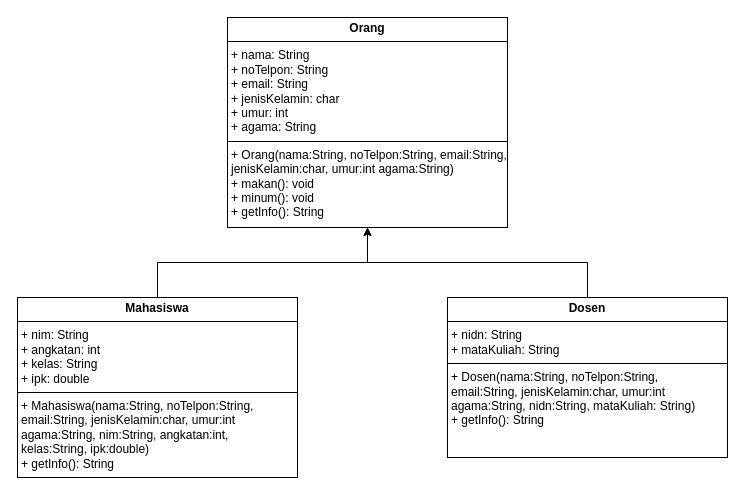
Above: Hierarchical Class PBO - Hilman Zahrawa.drawio in roqueforti/PBO (draw.io), before the change. Source tidied: cells renumbered, new cells numbered last; positions are measured from the earlier drawing's top-left corner, leaving out a move shared by most shapes. Both pictures are drawn from the tidied source at 100%, with x=0, y=0 at pixel (17, 17).
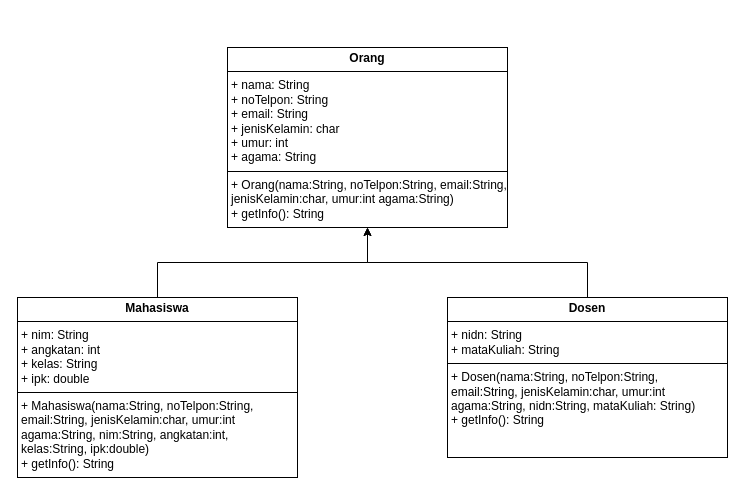
The same diagram, later.

Change to the diagram source:
```diff
@@
 <mxGraphModel>
   <root>
     <mxCell id="0" />
     <mxCell id="1" parent="0" />
-    <mxCell id="2" value="&lt;p style=&quot;margin:0px;margin-top:4px;text-align:center;&quot;&gt;&lt;b&gt;Orang&lt;/b&gt;&lt;/p&gt;&lt;hr style=&quot;border-style:solid;&quot; size=&quot;1&quot;&gt;&lt;p style=&quot;margin:0px;margin-left:4px;&quot;&gt;+ nama: String&lt;br&gt;&lt;/p&gt;&lt;p style=&quot;margin:0px;margin-left:4px;&quot;&gt;+ noTelpon: String&lt;/p&gt;&lt;p style=&quot;margin:0px;margin-left:4px;&quot;&gt;+ email: String&lt;/p&gt;&lt;p style=&quot;margin:0px;margin-left:4px;&quot;&gt;+ jenisKelamin: char&lt;/p&gt;&lt;p style=&quot;margin:0px;margin-left:4px;&quot;&gt;+ umur: int&lt;/p&gt;&lt;p style=&quot;margin:0px;margin-left:4px;&quot;&gt;+ agama: String&lt;/p&gt;&lt;hr style=&quot;border-style:solid;&quot; size=&quot;1&quot;&gt;&lt;p style=&quot;margin:0px;margin-left:4px;&quot;&gt;+ Orang(nama:String, noTelpon:String, email:String, jenisKelamin:char, umur:int agama:String)&lt;/p&gt;&lt;p style=&quot;margin:0px;margin-left:4px;&quot;&gt;+ makan(): void&lt;/p&gt;&lt;p style=&quot;margin:0px;margin-left:4px;&quot;&gt;+ minum(): void&lt;/p&gt;&lt;p style=&quot;margin:0px;margin-left:4px;&quot;&gt;+ getInfo(): String&lt;/p&gt;" style="verticalAlign=top;align=left;overflow=fill;html=1;whiteSpace=wrap;" parent="1" vertex="1">
-      <mxGeometry x="210" width="280" height="210" as="geometry" />
+    <mxCell id="2" value="&lt;p style=&quot;margin:0px;margin-top:4px;text-align:center;&quot;&gt;&lt;b&gt;Orang&lt;/b&gt;&lt;/p&gt;&lt;hr style=&quot;border-style:solid;&quot; size=&quot;1&quot;&gt;&lt;p style=&quot;margin:0px;margin-left:4px;&quot;&gt;+ nama: String&lt;br&gt;&lt;/p&gt;&lt;p style=&quot;margin:0px;margin-left:4px;&quot;&gt;+ noTelpon: String&lt;/p&gt;&lt;p style=&quot;margin:0px;margin-left:4px;&quot;&gt;+ email: String&lt;/p&gt;&lt;p style=&quot;margin:0px;margin-left:4px;&quot;&gt;+ jenisKelamin: char&lt;/p&gt;&lt;p style=&quot;margin:0px;margin-left:4px;&quot;&gt;+ umur: int&lt;/p&gt;&lt;p style=&quot;margin:0px;margin-left:4px;&quot;&gt;+ agama: String&lt;/p&gt;&lt;hr style=&quot;border-style:solid;&quot; size=&quot;1&quot;&gt;&lt;p style=&quot;margin:0px;margin-left:4px;&quot;&gt;+ Orang(nama:String, noTelpon:String, email:String, jenisKelamin:char, umur:int agama:String)&lt;/p&gt;&lt;p style=&quot;margin:0px;margin-left:4px;&quot;&gt;&lt;span style=&quot;background-color: initial;&quot;&gt;+ getInfo(): String&lt;/span&gt;&lt;br&gt;&lt;/p&gt;" style="verticalAlign=top;align=left;overflow=fill;html=1;whiteSpace=wrap;" parent="1" vertex="1">
+      <mxGeometry x="210" y="30" width="280" height="180" as="geometry" />
     </mxCell>
     <mxCell id="3" style="edgeStyle=orthogonalEdgeStyle;rounded=0;jettySize=auto;html=1;entryX=0.5;entryY=1;entryDx=0;entryDy=0;" parent="1" edge="1" source="4" target="2">
       <mxGeometry relative="1" as="geometry" />
     </mxCell>
     <mxCell id="4" value="&lt;p style=&quot;margin:0px;margin-top:4px;text-align:center;&quot;&gt;&lt;b&gt;Mahasiswa&lt;/b&gt;&lt;/p&gt;&lt;hr style=&quot;border-style:solid;&quot; size=&quot;1&quot;&gt;&lt;p style=&quot;margin:0px;margin-left:4px;&quot;&gt;+ nim: String&lt;/p&gt;&lt;p style=&quot;margin:0px;margin-left:4px;&quot;&gt;+ angkatan: int&lt;/p&gt;&lt;p style=&quot;margin:0px;margin-left:4px;&quot;&gt;+ kelas: String&lt;/p&gt;&lt;p style=&quot;margin:0px;margin-left:4px;&quot;&gt;+ ipk: double&lt;/p&gt;&lt;hr style=&quot;border-style:solid;&quot; size=&quot;1&quot;&gt;&lt;p style=&quot;margin:0px;margin-left:4px;&quot;&gt;+ Mahasiswa(nama:String, noTelpon:String, email:String, jenisKelamin:char, umur:int agama:String, nim:String, angkatan:int, kelas:String, ipk:double)&lt;span style=&quot;background-color: initial;&quot;&gt;&lt;br&gt;&lt;/span&gt;&lt;/p&gt;&lt;p style=&quot;margin:0px;margin-left:4px;&quot;&gt;&lt;span style=&quot;background-color: initial;&quot;&gt;+ getInfo(): String&lt;/span&gt;&lt;br&gt;&lt;/p&gt;" style="verticalAlign=top;align=left;overflow=fill;html=1;whiteSpace=wrap;" parent="1" vertex="1">
       <mxGeometry y="280" width="280" height="180" as="geometry" />
     </mxCell>
     <mxCell id="5" style="edgeStyle=orthogonalEdgeStyle;rounded=0;jettySize=auto;html=1;entryX=0.5;entryY=1;entryDx=0;entryDy=0;" parent="1" edge="1" source="6" target="2">
       <mxGeometry relative="1" as="geometry" />
     </mxCell>
     <mxCell id="6" value="&lt;p style=&quot;margin:0px;margin-top:4px;text-align:center;&quot;&gt;&lt;b&gt;Dosen&lt;/b&gt;&lt;/p&gt;&lt;hr style=&quot;border-style:solid;&quot; size=&quot;1&quot;&gt;&lt;p style=&quot;margin:0px;margin-left:4px;&quot;&gt;+ nidn: String&lt;/p&gt;&lt;p style=&quot;margin:0px;margin-left:4px;&quot;&gt;+ mataKuliah: String&lt;/p&gt;&lt;hr style=&quot;border-style:solid;&quot; size=&quot;1&quot;&gt;&lt;p style=&quot;margin:0px;margin-left:4px;&quot;&gt;&lt;span style=&quot;background-color: initial;&quot;&gt;+ Dosen&lt;/span&gt;&lt;span style=&quot;background-color: initial;&quot;&gt;(nama:String, noTelpon:String, email:String, jenisKelamin:char, umur:int agama:String, nidn:String, mataKuliah: String)&lt;/span&gt;&lt;/p&gt;&lt;p style=&quot;margin:0px;margin-left:4px;&quot;&gt;&lt;span style=&quot;background-color: initial;&quot;&gt;+ getInfo(): String&lt;/span&gt;&lt;br&gt;&lt;/p&gt;" style="verticalAlign=top;align=left;overflow=fill;html=1;whiteSpace=wrap;" parent="1" vertex="1">
       <mxGeometry x="430" y="280" width="280" height="160" as="geometry" />
     </mxCell>
   </root>
 </mxGraphModel>
```
